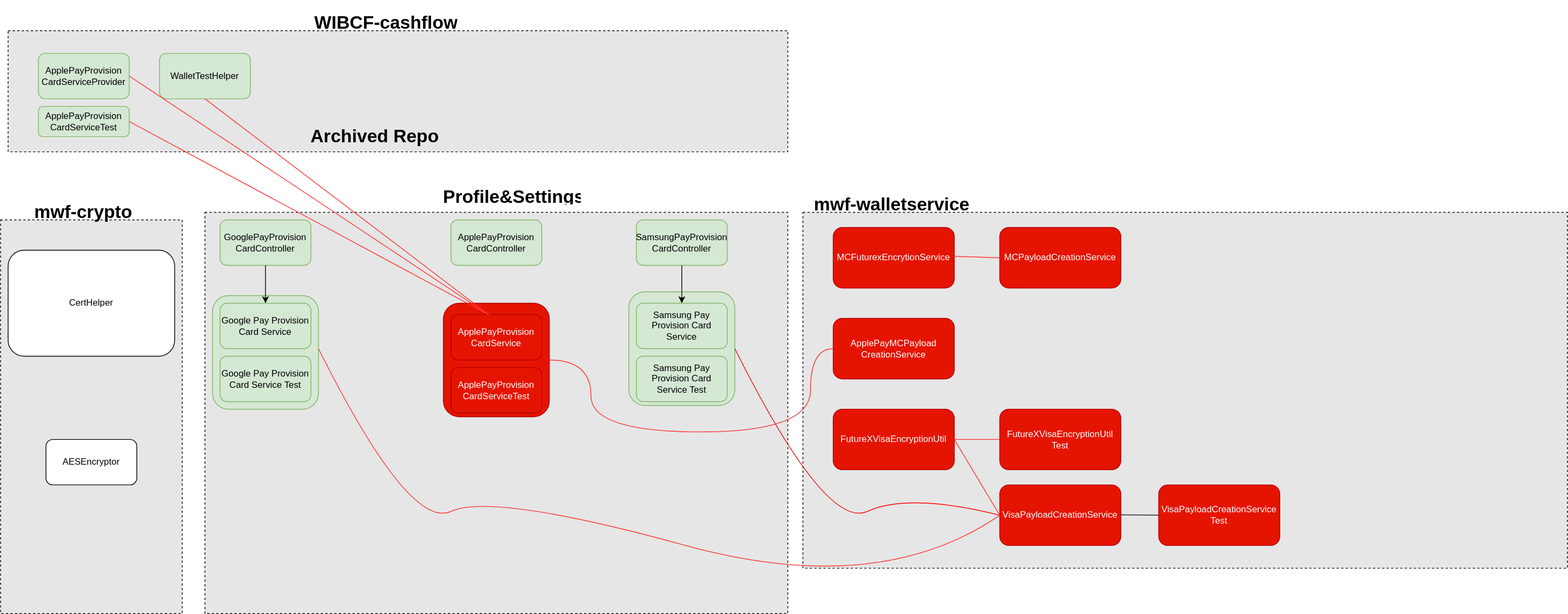
uchiharizvi/design-diagrams keeps this draw.io diagram as Work Samples/WF/Bouncy_Castle_Dependencies_Removal.drawio.svg. Above is the earlier version. Source tidied: cells renumbered, new cells last; positions are measured from the earlier drawing's top-left corner, leaving out a move shared by most shapes.
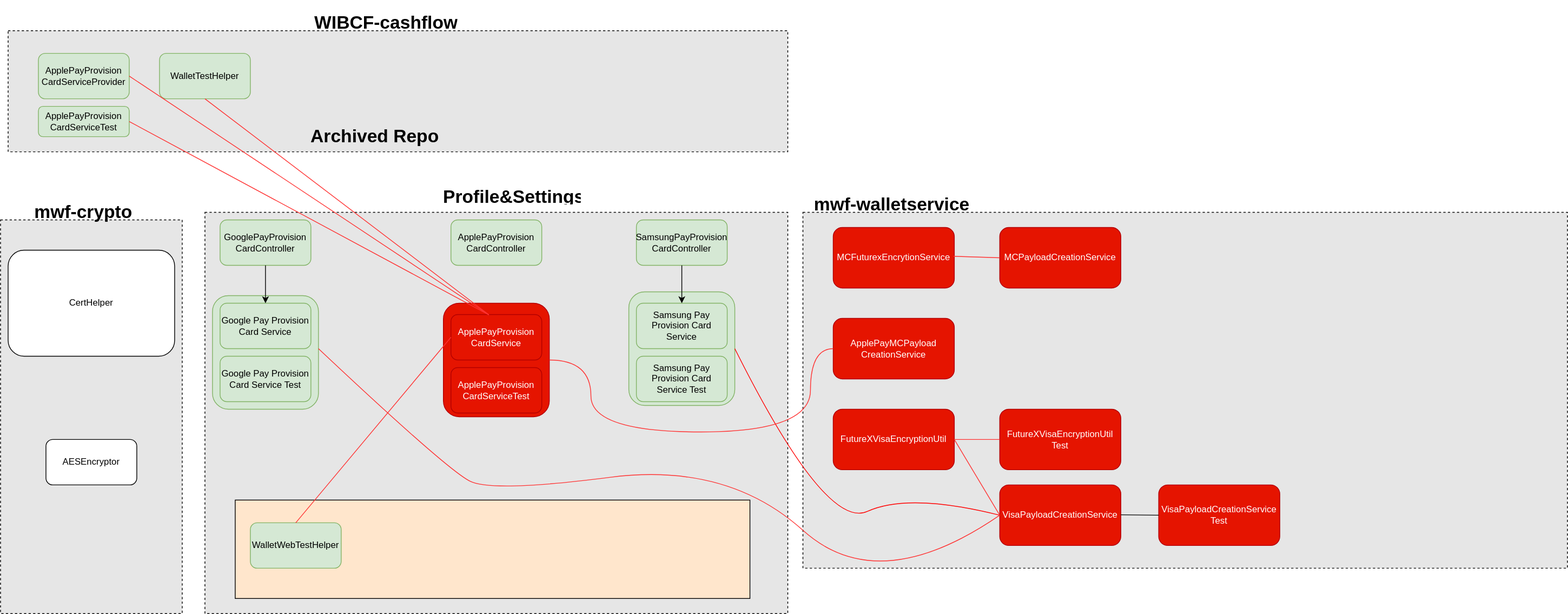
Above is the later version.

What changed in the source:
```diff
@@ -5,6 +5,9 @@
     <mxCell id="2" style="rounded=0;whiteSpace=wrap;html=1;dashed=1;fillColor=#E6E6E6;" parent="1" vertex="1">
       <mxGeometry x="270" y="270" width="770" height="530" as="geometry" />
     </mxCell>
+    <mxCell id="47" style="rounded=0;whiteSpace=wrap;html=1;fillColor=#FFE6CC;" parent="1" vertex="1">
+      <mxGeometry x="310" y="650" width="680" height="130" as="geometry" />
+    </mxCell>
     <mxCell id="3" style="rounded=1;whiteSpace=wrap;html=1;fillColor=#d5e8d4;strokeColor=#82b366;" parent="1" vertex="1">
       <mxGeometry x="830" y="375" width="140" height="150" as="geometry" />
     </mxCell>
@@ -95,8 +98,9 @@
         <mxPoint x="420" y="450" as="sourcePoint" />
         <mxPoint x="1320" y="670" as="targetPoint" />
         <Array as="points">
-          <mxPoint x="540" y="690" />
+          <mxPoint x="590" y="610" />
           <mxPoint x="650" y="640" />
+          <mxPoint x="960" y="600" />
           <mxPoint x="1160" y="780" />
         </Array>
       </mxGeometry>
@@ -159,5 +163,11 @@
     <mxCell id="46" style="endArrow=none;html=1;rounded=0;entryX=1;entryY=0.5;entryDx=0;entryDy=0;exitX=0.418;exitY=0.007;exitDx=0;exitDy=0;exitPerimeter=0;strokeColor=#FF3333;" parent="1" edge="1" source="31" target="43">
       <mxGeometry relative="1" as="geometry" />
     </mxCell>
+    <mxCell id="48" value="WalletWebTestHelper" style="rounded=1;whiteSpace=wrap;html=1;fillColor=#d5e8d4;strokeColor=#82b366;" parent="1" vertex="1">
+      <mxGeometry x="330" y="680" width="120" height="60" as="geometry" />
+    </mxCell>
+    <mxCell id="49" style="endArrow=none;html=1;rounded=0;exitX=0.5;exitY=0;exitDx=0;exitDy=0;entryX=0;entryY=0.5;entryDx=0;entryDy=0;strokeColor=#FF3333;" parent="1" edge="1" source="48" target="31">
+      <mxGeometry relative="1" as="geometry" />
+    </mxCell>
   </root>
 </mxGraphModel>
```
